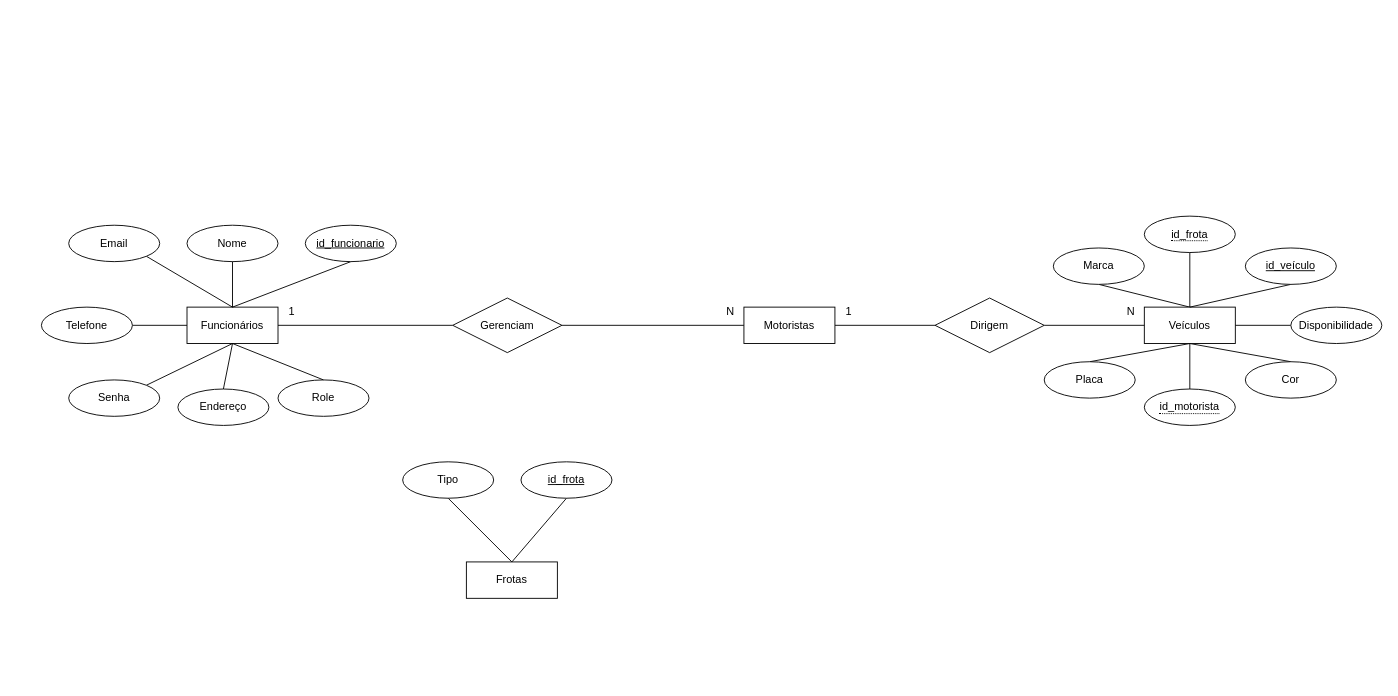
Above: AgroTech Documentos/MER-DER.drawio in RodrickCS/AgroTech (draw.io), before the change. Source tidied: cells renumbered, new cells numbered last; positions are measured from the earlier drawing's top-left corner, leaving out a move shared by most shapes. Both pictures are drawn from the tidied source at 91%, with x=0, y=0 at pixel (41, 216).
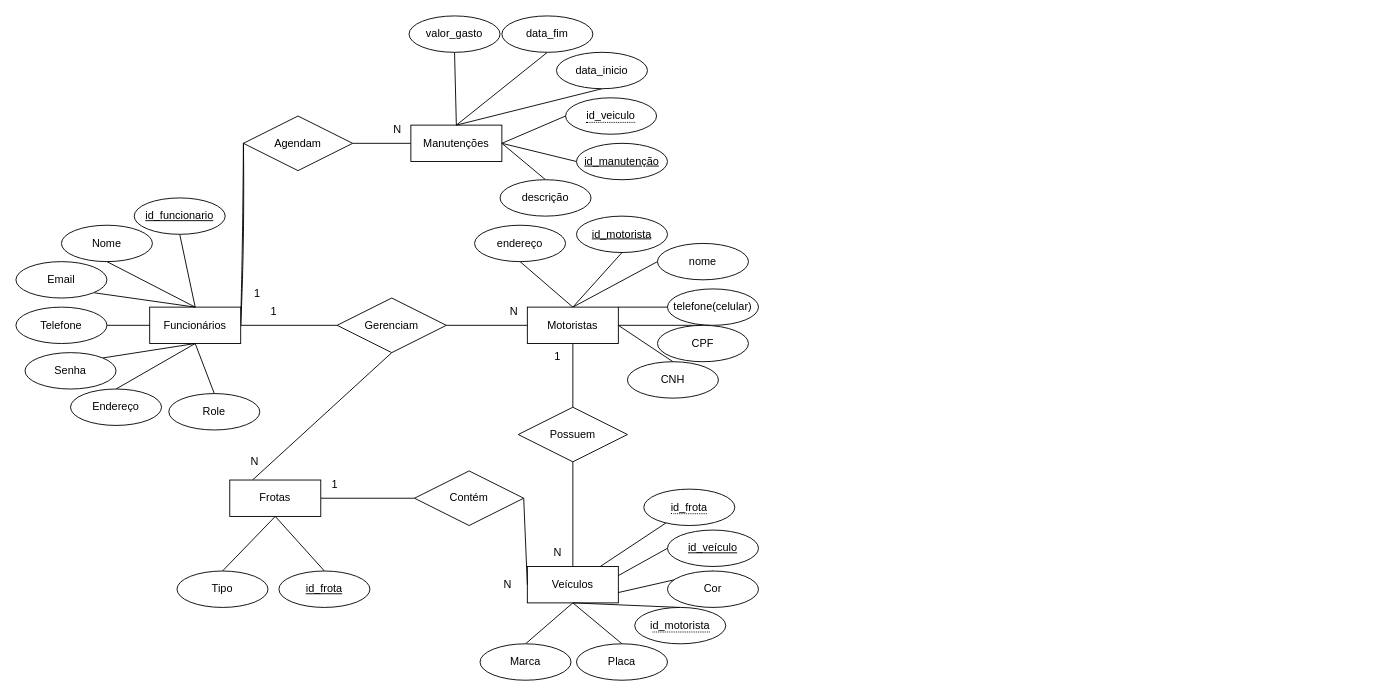
The same diagram, later.

Change to the diagram source:
```diff
@@
-    <mxCell id="2" style="edgeStyle=none;rounded=0;jettySize=auto;html=1;exitX=1;exitY=0.5;exitDx=0;exitDy=0;entryX=0;entryY=0.5;entryDx=0;entryDy=0;strokeColor=default;endArrow=none;endFill=0;" parent="1" edge="1" source="3" target="19">
+    <mxCell id="2" style="edgeStyle=none;rounded=0;jettySize=auto;html=1;exitX=1;exitY=0.5;exitDx=0;exitDy=0;entryX=0;entryY=0.5;entryDx=0;entryDy=0;endArrow=none;endFill=0;" parent="1" edge="1" source="3" target="19">
       <mxGeometry relative="1" as="geometry" />
     </mxCell>
+    <mxCell id="49" style="edgeStyle=none;rounded=1;sketch=1;hachureGap=4;jiggle=2;curveFitting=1;html=1;exitX=1;exitY=0.5;exitDx=0;exitDy=0;fontFamily=Architects Daughter;fontSize=16;endArrow=none;endFill=0;entryX=0;entryY=0.5;entryDx=0;entryDy=0;" parent="1" edge="1" source="3" target="63">
+      <mxGeometry relative="1" as="geometry" />
+    </mxCell>
     <mxCell id="3" value="Funcionários" style="whiteSpace=wrap;html=1;align=center;" parent="1" vertex="1">
-      <mxGeometry x="160" y="100" width="100" height="40" as="geometry" />
+      <mxGeometry x="119" y="100" width="100" height="40" as="geometry" />
     </mxCell>
     <mxCell id="4" value="Role" style="ellipse;whiteSpace=wrap;html=1;align=center;" parent="1" vertex="1">
-      <mxGeometry x="260" y="180" width="100" height="40" as="geometry" />
+      <mxGeometry x="140" y="195" width="100" height="40" as="geometry" />
     </mxCell>
@@
     <mxCell id="6" value="Nome" style="ellipse;whiteSpace=wrap;html=1;align=center;" parent="1" vertex="1">
-      <mxGeometry x="160" y="10" width="100" height="40" as="geometry" />
+      <mxGeometry x="22" y="10" width="100" height="40" as="geometry" />
     </mxCell>
@@
     <mxCell id="9" value="Email" style="ellipse;whiteSpace=wrap;html=1;align=center;" parent="1" vertex="1">
-      <mxGeometry x="30" y="10" width="100" height="40" as="geometry" />
+      <mxGeometry x="-28" y="50" width="100" height="40" as="geometry" />
     </mxCell>
@@
     <mxCell id="11" value="Senha" style="ellipse;whiteSpace=wrap;html=1;align=center;" parent="1" vertex="1">
-      <mxGeometry x="30" y="180" width="100" height="40" as="geometry" />
+      <mxGeometry x="-18" y="150" width="100" height="40" as="geometry" />
     </mxCell>
@@
     <mxCell id="13" value="Telefone" style="ellipse;whiteSpace=wrap;html=1;align=center;" parent="1" vertex="1">
-      <mxGeometry y="100" width="100" height="40" as="geometry" />
+      <mxGeometry x="-28" y="100" width="100" height="40" as="geometry" />
     </mxCell>
@@
     <mxCell id="15" value="Endereço" style="ellipse;whiteSpace=wrap;html=1;align=center;" parent="1" vertex="1">
-      <mxGeometry x="150" y="190" width="100" height="40" as="geometry" />
+      <mxGeometry x="32" y="190" width="100" height="40" as="geometry" />
     </mxCell>
@@
     <mxCell id="17" value="id_funcionario" style="ellipse;whiteSpace=wrap;html=1;align=center;fontStyle=4;" parent="1" vertex="1">
-      <mxGeometry x="290" y="10" width="100" height="40" as="geometry" />
+      <mxGeometry x="102" y="-20" width="100" height="40" as="geometry" />
     </mxCell>
@@
+    <mxCell id="50" style="html=1;exitX=0.5;exitY=1;exitDx=0;exitDy=0;endArrow=none;endFill=0;entryX=0.25;entryY=0;entryDx=0;entryDy=0;" parent="1" edge="1" source="19" target="28">
+      <mxGeometry relative="1" as="geometry" />
+    </mxCell>
     <mxCell id="19" value="Gerenciam" style="shape=rhombus;perimeter=rhombusPerimeter;whiteSpace=wrap;html=1;align=center;" parent="1" vertex="1">
-      <mxGeometry x="452" y="90" width="120" height="60" as="geometry" />
+      <mxGeometry x="325" y="90" width="120" height="60" as="geometry" />
     </mxCell>
-    <mxCell id="20" style="edgeStyle=none;rounded=0;jettySize=auto;html=1;exitX=1;exitY=0.5;exitDx=0;exitDy=0;entryX=0;entryY=0.5;entryDx=0;entryDy=0;strokeColor=default;endArrow=none;endFill=0;" parent="1" edge="1" source="21" target="22">
+    <mxCell id="20" style="edgeStyle=none;rounded=0;jettySize=auto;html=1;exitX=0.5;exitY=1;exitDx=0;exitDy=0;entryX=0.5;entryY=0;entryDx=0;entryDy=0;strokeColor=default;endArrow=none;endFill=0;" parent="1" edge="1" source="21" target="22">
       <mxGeometry relative="1" as="geometry" />
     </mxCell>
+    <mxCell id="51" style="edgeStyle=none;rounded=0;sketch=0;hachureGap=4;jiggle=2;curveFitting=1;html=1;exitX=0.5;exitY=0;exitDx=0;exitDy=0;entryX=0.5;entryY=1;entryDx=0;entryDy=0;shadow=0;strokeColor=default;fontFamily=Architects Daughter;fontSize=16;endArrow=none;endFill=0;" parent="1" edge="1" source="21" target="79">
+      <mxGeometry relative="1" as="geometry" />
+    </mxCell>
+    <mxCell id="52" style="edgeStyle=none;rounded=0;sketch=0;hachureGap=4;jiggle=2;curveFitting=1;html=1;exitX=0.5;exitY=0;exitDx=0;exitDy=0;entryX=0;entryY=0.5;entryDx=0;entryDy=0;shadow=0;strokeColor=default;fontFamily=Architects Daughter;fontSize=16;endArrow=none;endFill=0;" parent="1" edge="1" source="21" target="80">
+      <mxGeometry relative="1" as="geometry" />
+    </mxCell>
+    <mxCell id="53" style="edgeStyle=none;rounded=0;sketch=0;hachureGap=4;jiggle=2;curveFitting=1;html=1;exitX=1;exitY=0;exitDx=0;exitDy=0;entryX=0;entryY=0.5;entryDx=0;entryDy=0;shadow=0;strokeColor=default;fontFamily=Architects Daughter;fontSize=16;endArrow=none;endFill=0;" parent="1" edge="1" source="21" target="81">
+      <mxGeometry relative="1" as="geometry" />
+    </mxCell>
     <mxCell id="21" value="Motoristas" style="whiteSpace=wrap;html=1;align=center;" parent="1" vertex="1">
-      <mxGeometry x="772" y="100" width="100" height="40" as="geometry" />
+      <mxGeometry x="534" y="100" width="100" height="40" as="geometry" />
     </mxCell>
-    <mxCell id="22" value="Dirigem" style="shape=rhombus;perimeter=rhombusPerimeter;whiteSpace=wrap;html=1;align=center;" parent="1" vertex="1">
-      <mxGeometry x="982" y="90" width="120" height="60" as="geometry" />
+    <mxCell id="22" value="Possuem" style="shape=rhombus;perimeter=rhombusPerimeter;whiteSpace=wrap;html=1;align=center;" parent="1" vertex="1">
+      <mxGeometry x="524" y="210" width="120" height="60" as="geometry" />
     </mxCell>
@@
     <mxCell id="24" value="1" style="text;html=1;align=center;verticalAlign=middle;strokeColor=none;fillColor=none;" parent="1" vertex="1">
-      <mxGeometry x="872" y="90" width="30" height="30" as="geometry" />
+      <mxGeometry x="552" y="140" width="30" height="30" as="geometry" />
     </mxCell>
     <mxCell id="25" value="1" style="text;html=1;align=center;verticalAlign=middle;strokeColor=none;fillColor=none;" parent="1" vertex="1">
-      <mxGeometry x="260" y="90" width="30" height="30" as="geometry" />
+      <mxGeometry x="240" y="90" width="30" height="30" as="geometry" />
     </mxCell>
     <mxCell id="26" value="N" style="text;html=1;align=center;verticalAlign=middle;strokeColor=none;fillColor=none;" parent="1" vertex="1">
-      <mxGeometry x="742" y="90" width="30" height="30" as="geometry" />
+      <mxGeometry x="504" y="90" width="30" height="30" as="geometry" />
     </mxCell>
-    <mxCell id="27" style="edgeStyle=none;rounded=0;jettySize=auto;html=1;exitX=0.5;exitY=0;exitDx=0;exitDy=0;entryX=0.5;entryY=1;entryDx=0;entryDy=0;strokeColor=default;endArrow=none;endFill=0;" parent="1" edge="1" source="28" target="29">
-      <mxGeometry relative="1" as="geometry" />
-    </mxCell>
+    <mxCell id="54" style="edgeStyle=none;html=1;exitX=1;exitY=0.5;exitDx=0;exitDy=0;entryX=0;entryY=0.5;entryDx=0;entryDy=0;endArrow=none;endFill=0;" parent="1" edge="1" source="28" target="57">
+      <mxGeometry relative="1" as="geometry" />
+    </mxCell>
     <mxCell id="28" value="Frotas" style="whiteSpace=wrap;html=1;align=center;" parent="1" vertex="1">
-      <mxGeometry x="467" y="380" width="100" height="40" as="geometry" />
+      <mxGeometry x="207" y="290" width="100" height="40" as="geometry" />
     </mxCell>
+    <mxCell id="55" style="edgeStyle=none;html=1;exitX=0.5;exitY=0;exitDx=0;exitDy=0;entryX=0.5;entryY=1;entryDx=0;entryDy=0;endArrow=none;endFill=0;" parent="1" edge="1" source="29" target="28">
+      <mxGeometry relative="1" as="geometry" />
+    </mxCell>
     <mxCell id="29" value="Tipo" style="ellipse;whiteSpace=wrap;html=1;align=center;" parent="1" vertex="1">
-      <mxGeometry x="397" y="270" width="100" height="40" as="geometry" />
+      <mxGeometry x="149" y="390" width="100" height="40" as="geometry" />
     </mxCell>
-    <mxCell id="30" style="edgeStyle=none;rounded=0;jettySize=auto;html=1;exitX=0.5;exitY=1;exitDx=0;exitDy=0;entryX=0.5;entryY=0;entryDx=0;entryDy=0;strokeColor=default;endArrow=none;endFill=0;" parent="1" edge="1" source="31" target="28">
+    <mxCell id="30" style="edgeStyle=none;html=1;exitX=0.5;exitY=0;exitDx=0;exitDy=0;entryX=0.5;entryY=1;entryDx=0;entryDy=0;endArrow=none;endFill=0;" parent="1" edge="1" source="31" target="28">
       <mxGeometry relative="1" as="geometry" />
     </mxCell>
     <mxCell id="31" value="id_frota" style="ellipse;whiteSpace=wrap;html=1;align=center;fontStyle=4;" parent="1" vertex="1">
-      <mxGeometry x="527" y="270" width="100" height="40" as="geometry" />
+      <mxGeometry x="261" y="390" width="100" height="40" as="geometry" />
     </mxCell>
-    <mxCell id="32" style="edgeStyle=none;rounded=0;jettySize=auto;html=1;exitX=0.5;exitY=0;exitDx=0;exitDy=0;entryX=0.5;entryY=1;entryDx=0;entryDy=0;strokeColor=default;endArrow=none;endFill=0;" parent="1" edge="1" source="35" target="40">
-      <mxGeometry relative="1" as="geometry" />
-    </mxCell>
@@
+    <mxCell id="32" style="edgeStyle=none;rounded=0;sketch=0;hachureGap=4;jiggle=2;curveFitting=1;html=1;exitX=0.5;exitY=1;exitDx=0;exitDy=0;entryX=0.5;entryY=0;entryDx=0;entryDy=0;shadow=0;strokeColor=default;fontFamily=Architects Daughter;fontSize=16;endArrow=none;endFill=0;" parent="1" edge="1" source="35" target="40">
+      <mxGeometry relative="1" as="geometry" />
+    </mxCell>
     <mxCell id="35" value="Veículos" style="whiteSpace=wrap;html=1;align=center;" parent="1" vertex="1">
-      <mxGeometry x="1212" y="100" width="100" height="40" as="geometry" />
+      <mxGeometry x="534" y="385" width="100" height="40" as="geometry" />
     </mxCell>
-    <mxCell id="36" style="edgeStyle=none;rounded=0;jettySize=auto;html=1;exitX=1;exitY=0.5;exitDx=0;exitDy=0;entryX=0;entryY=0.5;entryDx=0;entryDy=0;strokeColor=default;endArrow=none;endFill=0;" parent="1" edge="1" source="22" target="35">
+    <mxCell id="36" style="edgeStyle=none;rounded=0;jettySize=auto;html=1;exitX=0.5;exitY=1;exitDx=0;exitDy=0;entryX=0.5;entryY=0;entryDx=0;entryDy=0;strokeColor=default;endArrow=none;endFill=0;" parent="1" edge="1" source="22" target="35">
       <mxGeometry relative="1" as="geometry" />
     </mxCell>
     <mxCell id="37" value="N" style="text;html=1;align=center;verticalAlign=middle;strokeColor=none;fillColor=none;" parent="1" vertex="1">
-      <mxGeometry x="1182" y="90" width="30" height="30" as="geometry" />
+      <mxGeometry x="552" y="355" width="30" height="30" as="geometry" />
     </mxCell>
-    <mxCell id="38" style="edgeStyle=none;rounded=0;jettySize=auto;html=1;exitX=0.5;exitY=1;exitDx=0;exitDy=0;entryX=0.5;entryY=0;entryDx=0;entryDy=0;strokeColor=default;endArrow=none;endFill=0;" parent="1" edge="1" source="39" target="35">
+    <mxCell id="38" style="edgeStyle=none;rounded=0;jettySize=auto;html=1;exitX=0;exitY=0.5;exitDx=0;exitDy=0;entryX=1;entryY=0.25;entryDx=0;entryDy=0;strokeColor=default;endArrow=none;endFill=0;" parent="1" edge="1" source="39" target="35">
       <mxGeometry relative="1" as="geometry" />
     </mxCell>
     <mxCell id="39" value="id_veículo" style="ellipse;whiteSpace=wrap;html=1;align=center;fontStyle=4;" parent="1" vertex="1">
-      <mxGeometry x="1323" y="35" width="100" height="40" as="geometry" />
+      <mxGeometry x="688" y="345" width="100" height="40" as="geometry" />
     </mxCell>
     <mxCell id="40" value="Marca" style="ellipse;whiteSpace=wrap;html=1;align=center;" parent="1" vertex="1">
-      <mxGeometry x="1112" y="35" width="100" height="40" as="geometry" />
+      <mxGeometry x="482" y="470" width="100" height="40" as="geometry" />
     </mxCell>
     <mxCell id="41" value="Placa" style="ellipse;whiteSpace=wrap;html=1;align=center;" parent="1" vertex="1">
-      <mxGeometry x="1102" y="160" width="100" height="40" as="geometry" />
+      <mxGeometry x="588" y="470" width="100" height="40" as="geometry" />
     </mxCell>
     <mxCell id="42" value="Cor" style="ellipse;whiteSpace=wrap;html=1;align=center;" parent="1" vertex="1">
-      <mxGeometry x="1323" y="160" width="100" height="40" as="geometry" />
+      <mxGeometry x="688" y="390" width="100" height="40" as="geometry" />
     </mxCell>
@@
     <mxCell id="44" value="&lt;span style=&quot;border-bottom: 1px dotted&quot;&gt;id_frota&lt;/span&gt;" style="ellipse;whiteSpace=wrap;html=1;align=center;" parent="1" vertex="1">
-      <mxGeometry x="1212" width="100" height="40" as="geometry" />
+      <mxGeometry x="662" y="300" width="100" height="40" as="geometry" />
     </mxCell>
@@
     <mxCell id="46" value="&lt;span style=&quot;border-bottom: 1px dotted&quot;&gt;id_motorista&lt;/span&gt;" style="ellipse;whiteSpace=wrap;html=1;align=center;" parent="1" vertex="1">
-      <mxGeometry x="1212" y="190" width="100" height="40" as="geometry" />
+      <mxGeometry x="652" y="430" width="100" height="40" as="geometry" />
     </mxCell>
-    <mxCell id="47" style="edgeStyle=none;rounded=0;jettySize=auto;html=1;exitX=0;exitY=0.5;exitDx=0;exitDy=0;entryX=1;entryY=0.5;entryDx=0;entryDy=0;strokeColor=default;endArrow=none;endFill=0;" parent="1" edge="1" source="48" target="35">
-      <mxGeometry relative="1" as="geometry" />
-    </mxCell>
-    <mxCell id="48" value="Disponibilidade" style="ellipse;whiteSpace=wrap;html=1;align=center;" parent="1" vertex="1">
-      <mxGeometry x="1373" y="100" width="100" height="40" as="geometry" />
-    </mxCell>
+    <mxCell id="56" style="edgeStyle=none;html=1;exitX=1;exitY=0.5;exitDx=0;exitDy=0;entryX=0;entryY=0.5;entryDx=0;entryDy=0;endArrow=none;endFill=0;" parent="1" edge="1" source="57" target="35">
+      <mxGeometry relative="1" as="geometry" />
+    </mxCell>
+    <mxCell id="57" value="Contém" style="shape=rhombus;perimeter=rhombusPerimeter;whiteSpace=wrap;html=1;align=center;" parent="1" vertex="1">
+      <mxGeometry x="410" y="280" width="120" height="60" as="geometry" />
+    </mxCell>
+    <mxCell id="58" value="1" style="text;html=1;align=center;verticalAlign=middle;strokeColor=none;fillColor=none;" parent="1" vertex="1">
+      <mxGeometry x="307" y="280" width="30" height="30" as="geometry" />
+    </mxCell>
+    <mxCell id="59" value="N" style="text;html=1;align=center;verticalAlign=middle;strokeColor=none;fillColor=none;" parent="1" vertex="1">
+      <mxGeometry x="497" y="390" width="30" height="30" as="geometry" />
+    </mxCell>
+    <mxCell id="60" value="N" style="text;html=1;align=center;verticalAlign=middle;strokeColor=none;fillColor=none;" parent="1" vertex="1">
+      <mxGeometry x="219" y="255" width="30" height="30" as="geometry" />
+    </mxCell>
+    <mxCell id="61" style="edgeStyle=none;hachureGap=4;html=1;exitX=1;exitY=0.5;exitDx=0;exitDy=0;entryX=0;entryY=0.5;entryDx=0;entryDy=0;fontFamily=Architects Daughter;fontSize=16;endArrow=none;endFill=0;strokeColor=none;rounded=0;shadow=0;" parent="1" edge="1" target="65">
+      <mxGeometry relative="1" as="geometry">
+        <mxPoint x="364" y="-50" as="sourcePoint" />
+      </mxGeometry>
+    </mxCell>
+    <mxCell id="62" style="edgeStyle=none;rounded=0;sketch=0;hachureGap=4;jiggle=2;curveFitting=1;html=1;exitX=1;exitY=0.5;exitDx=0;exitDy=0;entryX=0;entryY=0.5;entryDx=0;entryDy=0;shadow=0;strokeColor=default;fontFamily=Architects Daughter;fontSize=16;endArrow=none;endFill=0;" parent="1" edge="1" source="63" target="65">
+      <mxGeometry relative="1" as="geometry" />
+    </mxCell>
+    <mxCell id="63" value="Agendam" style="shape=rhombus;perimeter=rhombusPerimeter;whiteSpace=wrap;html=1;align=center;" parent="1" vertex="1">
+      <mxGeometry x="222" y="-110" width="120" height="60" as="geometry" />
+    </mxCell>
+    <mxCell id="64" style="edgeStyle=none;rounded=0;sketch=0;hachureGap=4;jiggle=2;curveFitting=1;html=1;exitX=0.5;exitY=0;exitDx=0;exitDy=0;entryX=0.5;entryY=1;entryDx=0;entryDy=0;shadow=0;strokeColor=default;fontFamily=Architects Daughter;fontSize=16;endArrow=none;endFill=0;" parent="1" edge="1" source="65" target="73">
+      <mxGeometry relative="1" as="geometry" />
+    </mxCell>
+    <mxCell id="65" value="Manutenções" style="whiteSpace=wrap;html=1;align=center;" parent="1" vertex="1">
+      <mxGeometry x="406" y="-100" width="100" height="40" as="geometry" />
+    </mxCell>
+    <mxCell id="66" value="1" style="text;html=1;align=center;verticalAlign=middle;strokeColor=none;fillColor=none;" parent="1" vertex="1">
+      <mxGeometry x="222" y="70" width="30" height="30" as="geometry" />
+    </mxCell>
+    <mxCell id="67" value="N" style="text;html=1;align=center;verticalAlign=middle;strokeColor=none;fillColor=none;" parent="1" vertex="1">
+      <mxGeometry x="376" y="-110" width="30" height="30" as="geometry" />
+    </mxCell>
+    <mxCell id="68" style="edgeStyle=none;rounded=0;sketch=0;hachureGap=4;jiggle=2;curveFitting=1;html=1;exitX=0;exitY=0.5;exitDx=0;exitDy=0;entryX=1;entryY=0.5;entryDx=0;entryDy=0;shadow=0;strokeColor=default;fontFamily=Architects Daughter;fontSize=16;endArrow=none;endFill=0;" parent="1" edge="1" source="78" target="65">
+      <mxGeometry relative="1" as="geometry" />
+    </mxCell>
+    <mxCell id="69" style="edgeStyle=none;rounded=0;sketch=0;hachureGap=4;jiggle=2;curveFitting=1;html=1;exitX=0;exitY=0.5;exitDx=0;exitDy=0;entryX=1;entryY=0.5;entryDx=0;entryDy=0;shadow=0;strokeColor=default;fontFamily=Architects Daughter;fontSize=16;endArrow=none;endFill=0;" parent="1" edge="1" source="70" target="65">
+      <mxGeometry relative="1" as="geometry" />
+    </mxCell>
+    <mxCell id="70" value="&lt;span style=&quot;border-bottom: 1px dotted&quot;&gt;id_veiculo&lt;/span&gt;" style="ellipse;whiteSpace=wrap;html=1;align=center;" parent="1" vertex="1">
+      <mxGeometry x="576" y="-130" width="100" height="40" as="geometry" />
+    </mxCell>
+    <mxCell id="71" style="edgeStyle=none;rounded=0;sketch=0;hachureGap=4;jiggle=2;curveFitting=1;html=1;exitX=0.5;exitY=1;exitDx=0;exitDy=0;shadow=0;strokeColor=default;fontFamily=Architects Daughter;fontSize=16;endArrow=none;endFill=0;" parent="1" edge="1" source="72">
+      <mxGeometry relative="1" as="geometry">
+        <mxPoint x="456" y="-100" as="targetPoint" />
+      </mxGeometry>
+    </mxCell>
+    <mxCell id="72" value="data_inicio" style="ellipse;whiteSpace=wrap;html=1;align=center;" parent="1" vertex="1">
+      <mxGeometry x="566" y="-180" width="100" height="40" as="geometry" />
+    </mxCell>
+    <mxCell id="73" value="valor_gasto" style="ellipse;whiteSpace=wrap;html=1;align=center;" parent="1" vertex="1">
+      <mxGeometry x="404" y="-220" width="100" height="40" as="geometry" />
+    </mxCell>
+    <mxCell id="74" style="edgeStyle=none;rounded=0;sketch=0;hachureGap=4;jiggle=2;curveFitting=1;html=1;exitX=0.5;exitY=0;exitDx=0;exitDy=0;entryX=1;entryY=0.5;entryDx=0;entryDy=0;shadow=0;strokeColor=default;fontFamily=Architects Daughter;fontSize=16;endArrow=none;endFill=0;" parent="1" edge="1" source="75" target="65">
+      <mxGeometry relative="1" as="geometry" />
+    </mxCell>
+    <mxCell id="75" value="descrição" style="ellipse;whiteSpace=wrap;html=1;align=center;" parent="1" vertex="1">
+      <mxGeometry x="504" y="-40" width="100" height="40" as="geometry" />
+    </mxCell>
+    <mxCell id="76" style="edgeStyle=none;rounded=0;sketch=0;hachureGap=4;jiggle=2;curveFitting=1;html=1;exitX=0.5;exitY=1;exitDx=0;exitDy=0;entryX=0.5;entryY=0;entryDx=0;entryDy=0;shadow=0;strokeColor=default;fontFamily=Architects Daughter;fontSize=16;endArrow=none;endFill=0;" parent="1" edge="1" source="77" target="65">
+      <mxGeometry relative="1" as="geometry" />
+    </mxCell>
+    <mxCell id="77" value="data_fim" style="ellipse;whiteSpace=wrap;html=1;align=center;" parent="1" vertex="1">
+      <mxGeometry x="506" y="-220" width="100" height="40" as="geometry" />
+    </mxCell>
+    <mxCell id="78" value="id_manutenção" style="ellipse;whiteSpace=wrap;html=1;align=center;fontStyle=4;" parent="1" vertex="1">
+      <mxGeometry x="588" y="-80" width="100" height="40" as="geometry" />
+    </mxCell>
+    <mxCell id="79" value="id_motorista" style="ellipse;whiteSpace=wrap;html=1;align=center;fontStyle=4;" parent="1" vertex="1">
+      <mxGeometry x="588" width="100" height="40" as="geometry" />
+    </mxCell>
+    <mxCell id="80" value="nome" style="ellipse;whiteSpace=wrap;html=1;align=center;" parent="1" vertex="1">
+      <mxGeometry x="677" y="30" width="100" height="40" as="geometry" />
+    </mxCell>
+    <mxCell id="81" value="telefone(celular)" style="ellipse;whiteSpace=wrap;html=1;align=center;" parent="1" vertex="1">
+      <mxGeometry x="688" y="80" width="100" height="40" as="geometry" />
+    </mxCell>
+    <mxCell id="82" style="edgeStyle=none;rounded=0;sketch=0;hachureGap=4;jiggle=2;curveFitting=1;html=1;exitX=0.5;exitY=0;exitDx=0;exitDy=0;entryX=1;entryY=0.5;entryDx=0;entryDy=0;shadow=0;strokeColor=default;fontFamily=Architects Daughter;fontSize=16;endArrow=none;endFill=0;" parent="1" edge="1" source="83" target="21">
+      <mxGeometry relative="1" as="geometry" />
+    </mxCell>
+    <mxCell id="83" value="CPF" style="ellipse;whiteSpace=wrap;html=1;align=center;" parent="1" vertex="1">
+      <mxGeometry x="677" y="120" width="100" height="40" as="geometry" />
+    </mxCell>
+    <mxCell id="84" style="edgeStyle=none;rounded=0;sketch=0;hachureGap=4;jiggle=2;curveFitting=1;html=1;exitX=0.5;exitY=0;exitDx=0;exitDy=0;entryX=1;entryY=0.5;entryDx=0;entryDy=0;shadow=0;strokeColor=default;fontFamily=Architects Daughter;fontSize=16;endArrow=none;endFill=0;" parent="1" edge="1" source="85" target="21">
+      <mxGeometry relative="1" as="geometry" />
+    </mxCell>
+    <mxCell id="85" value="CNH" style="ellipse;whiteSpace=wrap;html=1;align=center;" parent="1" vertex="1">
+      <mxGeometry x="644" y="160" width="100" height="40" as="geometry" />
+    </mxCell>
+    <mxCell id="86" style="edgeStyle=none;rounded=0;sketch=0;hachureGap=4;jiggle=2;curveFitting=1;html=1;exitX=0.5;exitY=1;exitDx=0;exitDy=0;entryX=0.5;entryY=0;entryDx=0;entryDy=0;shadow=0;strokeColor=default;fontFamily=Architects Daughter;fontSize=16;endArrow=none;endFill=0;" parent="1" edge="1" source="87" target="21">
+      <mxGeometry relative="1" as="geometry" />
+    </mxCell>
+    <mxCell id="87" value="endereço" style="ellipse;whiteSpace=wrap;html=1;align=center;" parent="1" vertex="1">
+      <mxGeometry x="476" y="10" width="100" height="40" as="geometry" />
+    </mxCell>
```
